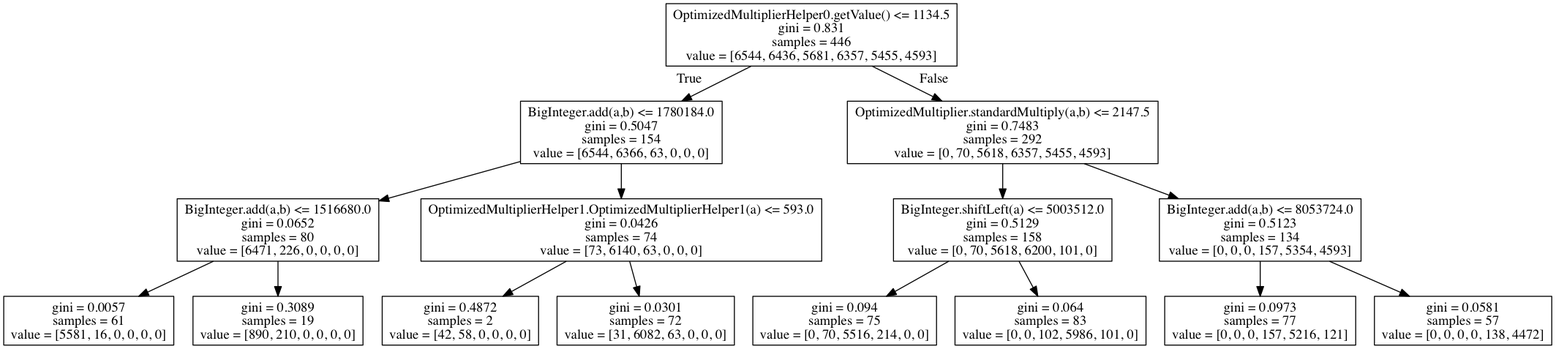
This is Classification_results/cluster_result_data_gabfeed2_tree2.png from cuplv/Discriminer, a Graphviz export, as it was before one commit. Its source is kept beside it as Classification_results/cluster_result_data_gabfeed2_tree2.dot. Source of this version:
```dot
digraph Tree {
node [shape=box] ;
0 [label="OptimizedMultiplierHelper0.getValue() <= 1134.5\ngini = 0.831\nsamples = 446\nvalue = [6544, 6436, 5681, 6357, 5455, 4593]"] ;
1 [label="BigInteger.add(a,b) <= 1780184.0\ngini = 0.5047\nsamples = 154\nvalue = [6544, 6366, 63, 0, 0, 0]"] ;
0 -> 1 [labeldistance=2.5, labelangle=45, headlabel="True"] ;
2 [label="BigInteger.add(a,b) <= 1516680.0\ngini = 0.0652\nsamples = 80\nvalue = [6471, 226, 0, 0, 0, 0]"] ;
1 -> 2 ;
3 [label="gini = 0.0057\nsamples = 61\nvalue = [5581, 16, 0, 0, 0, 0]"] ;
2 -> 3 ;
4 [label="gini = 0.3089\nsamples = 19\nvalue = [890, 210, 0, 0, 0, 0]"] ;
2 -> 4 ;
5 [label="OptimizedMultiplierHelper1.OptimizedMultiplierHelper1(a) <= 593.0\ngini = 0.0426\nsamples = 74\nvalue = [73, 6140, 63, 0, 0, 0]"] ;
1 -> 5 ;
6 [label="gini = 0.4872\nsamples = 2\nvalue = [42, 58, 0, 0, 0, 0]"] ;
5 -> 6 ;
7 [label="gini = 0.0301\nsamples = 72\nvalue = [31, 6082, 63, 0, 0, 0]"] ;
5 -> 7 ;
8 [label="OptimizedMultiplier.standardMultiply(a,b) <= 2147.5\ngini = 0.7483\nsamples = 292\nvalue = [0, 70, 5618, 6357, 5455, 4593]"] ;
0 -> 8 [labeldistance=2.5, labelangle=-45, headlabel="False"] ;
9 [label="BigInteger.shiftLeft(a) <= 5003512.0\ngini = 0.5129\nsamples = 158\nvalue = [0, 70, 5618, 6200, 101, 0]"] ;
8 -> 9 ;
10 [label="gini = 0.094\nsamples = 75\nvalue = [0, 70, 5516, 214, 0, 0]"] ;
9 -> 10 ;
11 [label="gini = 0.064\nsamples = 83\nvalue = [0, 0, 102, 5986, 101, 0]"] ;
9 -> 11 ;
12 [label="BigInteger.add(a,b) <= 8053724.0\ngini = 0.5123\nsamples = 134\nvalue = [0, 0, 0, 157, 5354, 4593]"] ;
8 -> 12 ;
13 [label="gini = 0.0973\nsamples = 77\nvalue = [0, 0, 0, 157, 5216, 121]"] ;
12 -> 13 ;
14 [label="gini = 0.0581\nsamples = 57\nvalue = [0, 0, 0, 0, 138, 4472]"] ;
12 -> 14 ;
}
```
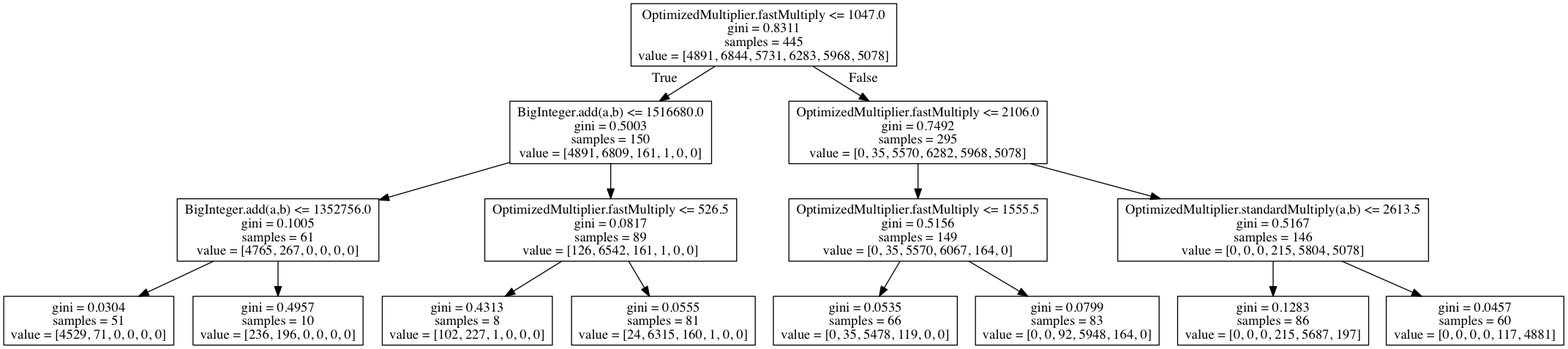
After the commit.

Change to the diagram source:
```diff
@@ -1,32 +1,32 @@
 digraph Tree {
 node [shape=box] ;
-0 [label="OptimizedMultiplierHelper0.getValue() <= 1134.5\ngini = 0.831\nsamples = 446\nvalue = [6544, 6436, 5681, 6357, 5455, 4593]"] ;
-1 [label="BigInteger.add(a,b) <= 1780184.0\ngini = 0.5047\nsamples = 154\nvalue = [6544, 6366, 63, 0, 0, 0]"] ;
+0 [label="OptimizedMultiplier.fastMultiply <= 1047.0\ngini = 0.8311\nsamples = 445\nvalue = [4891, 6844, 5731, 6283, 5968, 5078]"] ;
+1 [label="BigInteger.add(a,b) <= 1516680.0\ngini = 0.5003\nsamples = 150\nvalue = [4891, 6809, 161, 1, 0, 0]"] ;
 0 -> 1 [labeldistance=2.5, labelangle=45, headlabel="True"] ;
-2 [label="BigInteger.add(a,b) <= 1516680.0\ngini = 0.0652\nsamples = 80\nvalue = [6471, 226, 0, 0, 0, 0]"] ;
+2 [label="BigInteger.add(a,b) <= 1352756.0\ngini = 0.1005\nsamples = 61\nvalue = [4765, 267, 0, 0, 0, 0]"] ;
 1 -> 2 ;
-3 [label="gini = 0.0057\nsamples = 61\nvalue = [5581, 16, 0, 0, 0, 0]"] ;
+3 [label="gini = 0.0304\nsamples = 51\nvalue = [4529, 71, 0, 0, 0, 0]"] ;
 2 -> 3 ;
-4 [label="gini = 0.3089\nsamples = 19\nvalue = [890, 210, 0, 0, 0, 0]"] ;
+4 [label="gini = 0.4957\nsamples = 10\nvalue = [236, 196, 0, 0, 0, 0]"] ;
 2 -> 4 ;
-5 [label="OptimizedMultiplierHelper1.OptimizedMultiplierHelper1(a) <= 593.0\ngini = 0.0426\nsamples = 74\nvalue = [73, 6140, 63, 0, 0, 0]"] ;
+5 [label="OptimizedMultiplier.fastMultiply <= 526.5\ngini = 0.0817\nsamples = 89\nvalue = [126, 6542, 161, 1, 0, 0]"] ;
 1 -> 5 ;
-6 [label="gini = 0.4872\nsamples = 2\nvalue = [42, 58, 0, 0, 0, 0]"] ;
+6 [label="gini = 0.4313\nsamples = 8\nvalue = [102, 227, 1, 0, 0, 0]"] ;
 5 -> 6 ;
-7 [label="gini = 0.0301\nsamples = 72\nvalue = [31, 6082, 63, 0, 0, 0]"] ;
+7 [label="gini = 0.0555\nsamples = 81\nvalue = [24, 6315, 160, 1, 0, 0]"] ;
 5 -> 7 ;
-8 [label="OptimizedMultiplier.standardMultiply(a,b) <= 2147.5\ngini = 0.7483\nsamples = 292\nvalue = [0, 70, 5618, 6357, 5455, 4593]"] ;
+8 [label="OptimizedMultiplier.fastMultiply <= 2106.0\ngini = 0.7492\nsamples = 295\nvalue = [0, 35, 5570, 6282, 5968, 5078]"] ;
 0 -> 8 [labeldistance=2.5, labelangle=-45, headlabel="False"] ;
-9 [label="BigInteger.shiftLeft(a) <= 5003512.0\ngini = 0.5129\nsamples = 158\nvalue = [0, 70, 5618, 6200, 101, 0]"] ;
+9 [label="OptimizedMultiplier.fastMultiply <= 1555.5\ngini = 0.5156\nsamples = 149\nvalue = [0, 35, 5570, 6067, 164, 0]"] ;
 8 -> 9 ;
-10 [label="gini = 0.094\nsamples = 75\nvalue = [0, 70, 5516, 214, 0, 0]"] ;
+10 [label="gini = 0.0535\nsamples = 66\nvalue = [0, 35, 5478, 119, 0, 0]"] ;
 9 -> 10 ;
-11 [label="gini = 0.064\nsamples = 83\nvalue = [0, 0, 102, 5986, 101, 0]"] ;
+11 [label="gini = 0.0799\nsamples = 83\nvalue = [0, 0, 92, 5948, 164, 0]"] ;
 9 -> 11 ;
-12 [label="BigInteger.add(a,b) <= 8053724.0\ngini = 0.5123\nsamples = 134\nvalue = [0, 0, 0, 157, 5354, 4593]"] ;
+12 [label="OptimizedMultiplier.standardMultiply(a,b) <= 2613.5\ngini = 0.5167\nsamples = 146\nvalue = [0, 0, 0, 215, 5804, 5078]"] ;
 8 -> 12 ;
-13 [label="gini = 0.0973\nsamples = 77\nvalue = [0, 0, 0, 157, 5216, 121]"] ;
+13 [label="gini = 0.1283\nsamples = 86\nvalue = [0, 0, 0, 215, 5687, 197]"] ;
 12 -> 13 ;
-14 [label="gini = 0.0581\nsamples = 57\nvalue = [0, 0, 0, 0, 138, 4472]"] ;
+14 [label="gini = 0.0457\nsamples = 60\nvalue = [0, 0, 0, 0, 117, 4881]"] ;
 12 -> 14 ;
 }
```
